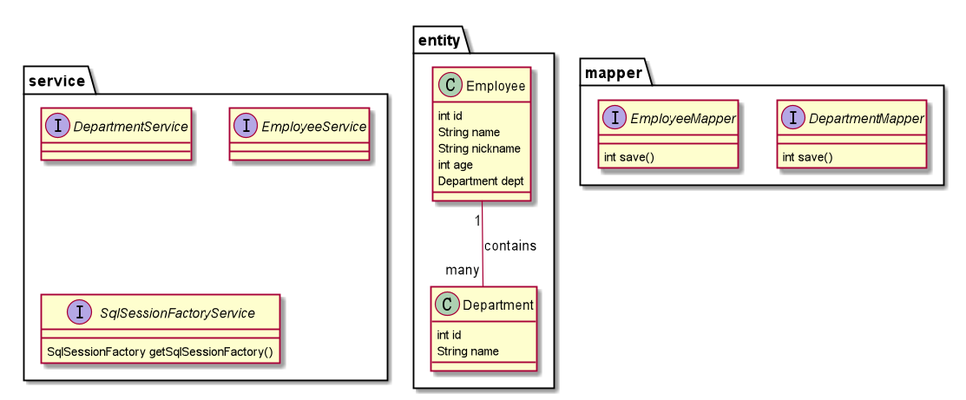
Before: java-data-access/mybatis-sql-map-by-xml/docs/class_diagram.png, a diagram exported from PlantUML (tg-playground/code-example-java).
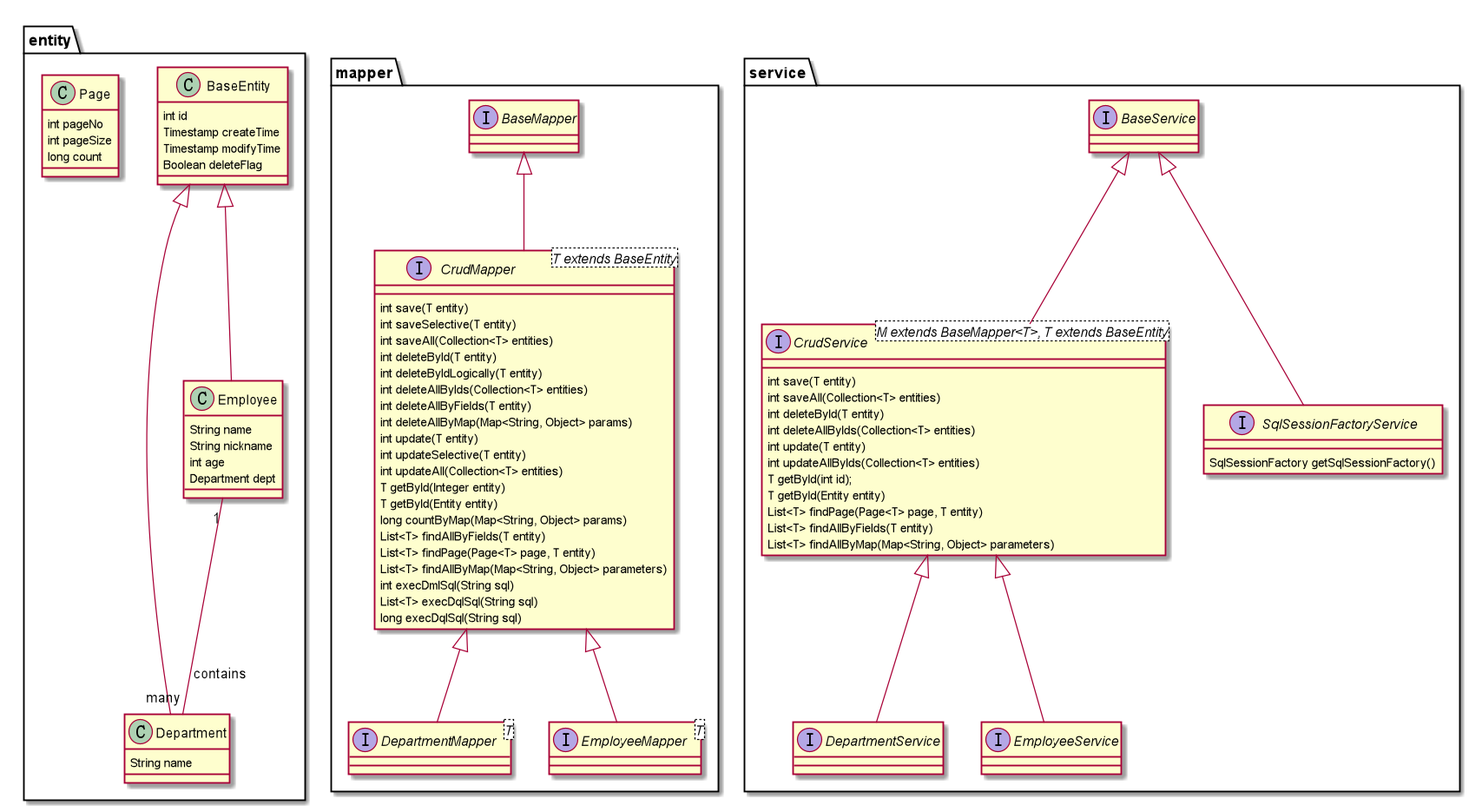
The same file after the commit.

The edit, as a diff of the source:
```diff
@@ -1,46 +1,119 @@
 @startuml
 
 
+class entity.BaseEntity
+{
+    int id
+    Timestamp createTime
+    Timestamp modifyTime
+    Boolean deleteFlag
+}
+
 class entity.Department
 {
-    int id
     String name
 }
 
+entity.BaseEntity <|-- entity.Department
+
 class entity.Employee
 {
-    int id
     String name
     String nickname
     int age
     Department dept
 }
 
+entity.BaseEntity <|-- entity.Employee
 entity.Employee "1" -- "many" entity.Department : contains
 
-
-interface mapper.DepartmentMapper
+class entity.Page
 {
-    int save()
-}
-interface mapper.EmployeeMapper
-{
-    int save()
+    int pageNo
+    int pageSize
+    long count
 }
 
+
+interface mapper.BaseMapper
+
+interface mapper.CrudMapper<T extends BaseEntity>
+{
+    int save(T entity)
+    int saveSelective(T entity)
+    int saveAll(Collection<T> entities)
+    int deleteById(T entity)
+    int deleteByIdLogically(T entity)
+    int deleteAllByIds(Collection<T> entities)
+    int deleteAllByFields(T entity)
+    int deleteAllByMap(Map<String, Object> params)
+    int update(T entity)
+    int updateSelective(T entity)
+    int updateAll(Collection<T> entities)
+    T getById(Integer entity)
+    T getById(Entity entity)
+    long countByMap(Map<String, Object> params)
+    List<T> findAllByFields(T entity)
+    List<T> findPage(Page<T> page, T entity)
+    List<T> findAllByMap(Map<String, Object> parameters)
+    int execDmlSql(String sql)
+    List<T> execDqlSql(String sql)
+    long execDqlSql(String sql)
+}
+
+mapper.BaseMapper <|-- mapper.CrudMapper
+
+interface mapper.DepartmentMapper<T>
+{
+}
+
+mapper.CrudMapper <|-- mapper.DepartmentMapper
+
+interface mapper.EmployeeMapper<T>
+{
+}
+
+mapper.CrudMapper <|-- mapper.EmployeeMapper
+
+
+interface service.BaseService
+{
+
+}
+
+interface service.CrudService<M extends BaseMapper<T>, T extends BaseEntity>
+{
+    int save(T entity)
+    int saveAll(Collection<T> entities)
+    int deleteById(T entity)
+    int deleteAllByIds(Collection<T> entities)
+    int update(T entity)
+    int updateAllByIds(Collection<T> entities)
+    T getById(int id);
+    T getById(Entity entity)
+    List<T> findPage(Page<T> page, T entity)
+    List<T> findAllByFields(T entity)
+    List<T> findAllByMap(Map<String, Object> parameters)
+}
+
+service.BaseService <|-- service.CrudService
 
 interface service.DepartmentService
 {
 }
 
+service.CrudService <|-- service.DepartmentService
+
 interface service.EmployeeService
 {
 }
+service.CrudService <|-- service.EmployeeService
 
 interface service.SqlSessionFactoryService
 {
     SqlSessionFactory getSqlSessionFactory()
 }
+service.BaseService <|-- service.SqlSessionFactoryService
 
 
 
```
